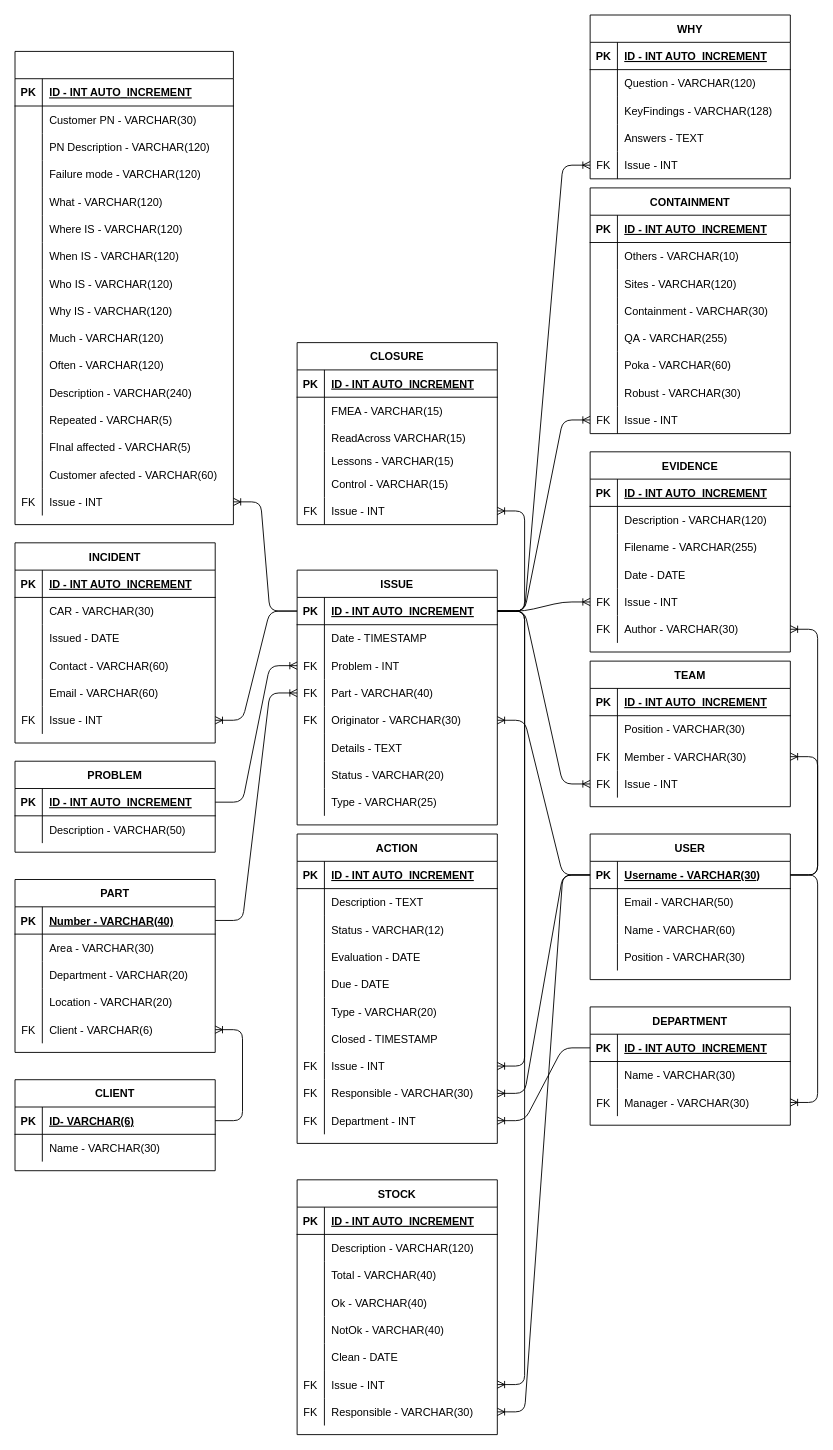
Earlier version of the draw.io diagram api/db/model/TableDiagram.drawio (FFahrenheit/ScrapActionListAPI). Source tidied: cells renumbered, new cells numbered last; positions are measured from the earlier drawing's top-left corner, leaving out a move shared by most shapes. Both pictures are drawn from the tidied source at 91%, with x=0, y=0 at pixel (15, 15).
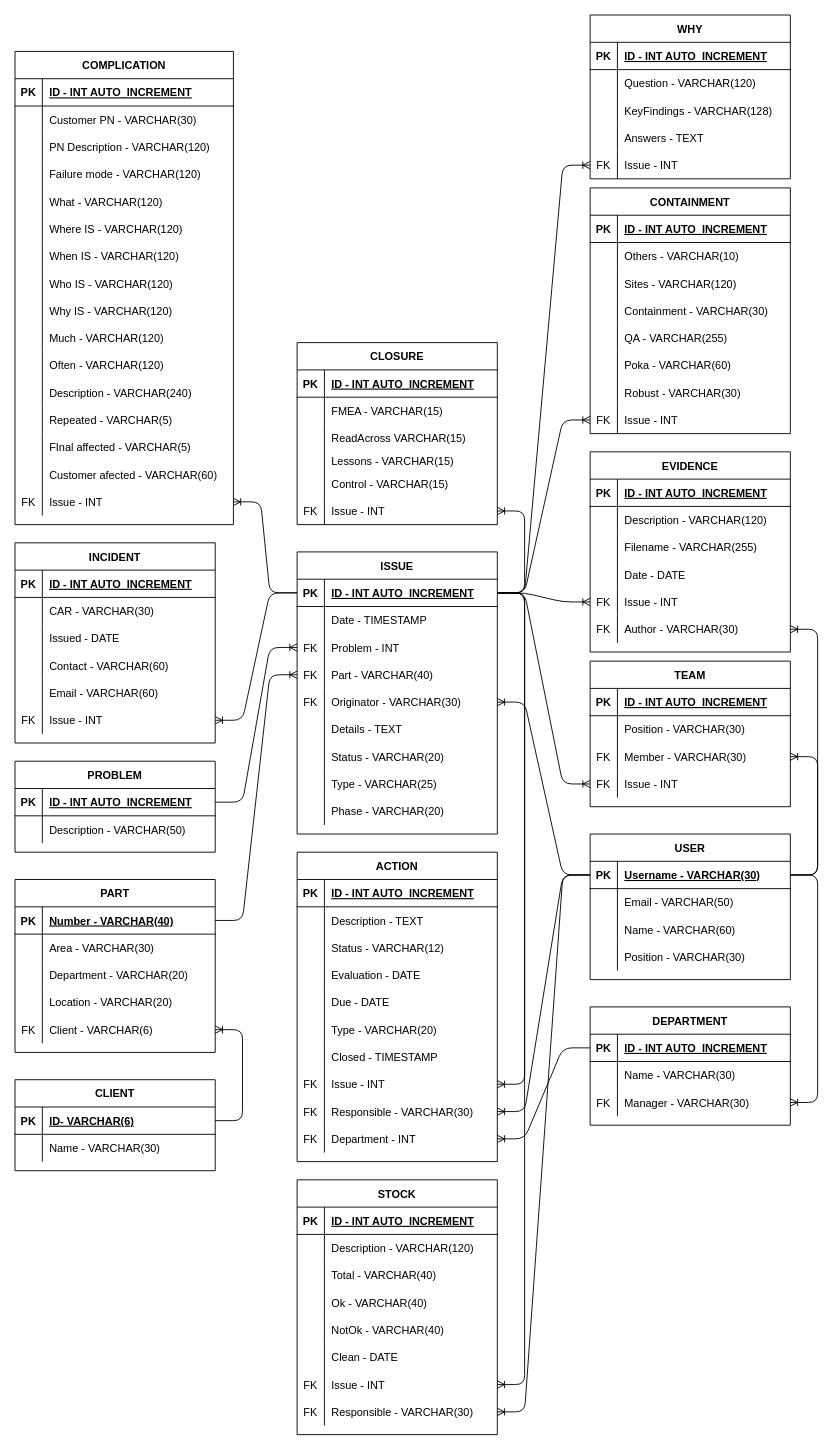
The same page after the edit.

The change refers to these unchanged cells:
```xml
<mxCell id="98" style="shape=partialRectangle;fillColor=none;top=0;left=0;bottom=0;right=0;points=[[0,0.5],[1,0.5]];portConstraint=eastwest;" parent="70" vertex="1">
  <mxGeometry y="300" width="220" height="30" as="geometry" />
</mxCell>
```

What changed in the source:
```diff
@@
     <mxCell id="32" value="ISSUE" style="shape=table;startSize=30;childLayout=tableLayout;rowLines=0;fontStyle=1;align=center;" parent="1" vertex="1">
-      <mxGeometry x="310" y="610" width="220" height="280" as="geometry" />
+      <mxGeometry x="310" y="590" width="220" height="310" as="geometry" />
     </mxCell>
@@
+    <mxCell id="315" style="shape=partialRectangle;fillColor=none;top=0;left=0;bottom=0;right=0;strokeColor=#FF7D26;" parent="32" vertex="1">
+      <mxGeometry y="270" width="220" height="30" as="geometry" />
+    </mxCell>
+    <mxCell id="316" style="shape=partialRectangle;fillColor=none;top=0;left=0;bottom=0;right=0;overflow=hidden;strokeColor=#FF7D26;" parent="315" vertex="1">
+      <mxGeometry width="30" height="30" as="geometry" />
+    </mxCell>
+    <mxCell id="317" value="Phase - VARCHAR(20)" style="shape=partialRectangle;fillColor=none;top=0;left=0;bottom=0;right=0;align=left;spacingLeft=6;overflow=hidden;strokeColor=#FF7D26;" parent="315" vertex="1">
+      <mxGeometry x="30" width="190" height="30" as="geometry" />
+    </mxCell>
@@
     <mxCell id="70" value="ACTION" style="shape=table;startSize=30;childLayout=tableLayout;rowLines=0;fontStyle=1;align=center;" parent="1" vertex="1">
-      <mxGeometry x="310" y="900" width="220" height="340" as="geometry" />
+      <mxGeometry x="310" y="920" width="220" height="340" as="geometry" />
     </mxCell>
@@
-    <mxCell id="100" value="Department - INT" style="shape=partialRectangle;fillColor=none;top=0;left=0;bottom=0;right=0;align=left;spacingLeft=6;fontStyle=0;overflow=hidden;" parent="98" vertex="1">
+    <mxCell id="100" value="Department - INT" style="shape=partialRectangle;fillColor=none;top=0;left=0;bottom=0;right=0;align=left;spacingLeft=6;fontStyle=0;overflow=hidden;strokeColor=#FF7D26;" parent="98" vertex="1">
       <mxGeometry x="30" width="190" height="30" as="geometry" />
     </mxCell>
@@
-    <mxCell id="154" style="shape=table;startSize=30;childLayout=tableLayout;rowLines=0;fontStyle=1;align=center;" parent="1" vertex="1">
+    <mxCell id="154" value="COMPLICATION" style="shape=table;startSize=30;childLayout=tableLayout;rowLines=0;fontStyle=1;align=center;" parent="1" vertex="1">
       <mxGeometry y="40" width="240" height="520" as="geometry" />
     </mxCell>
```
